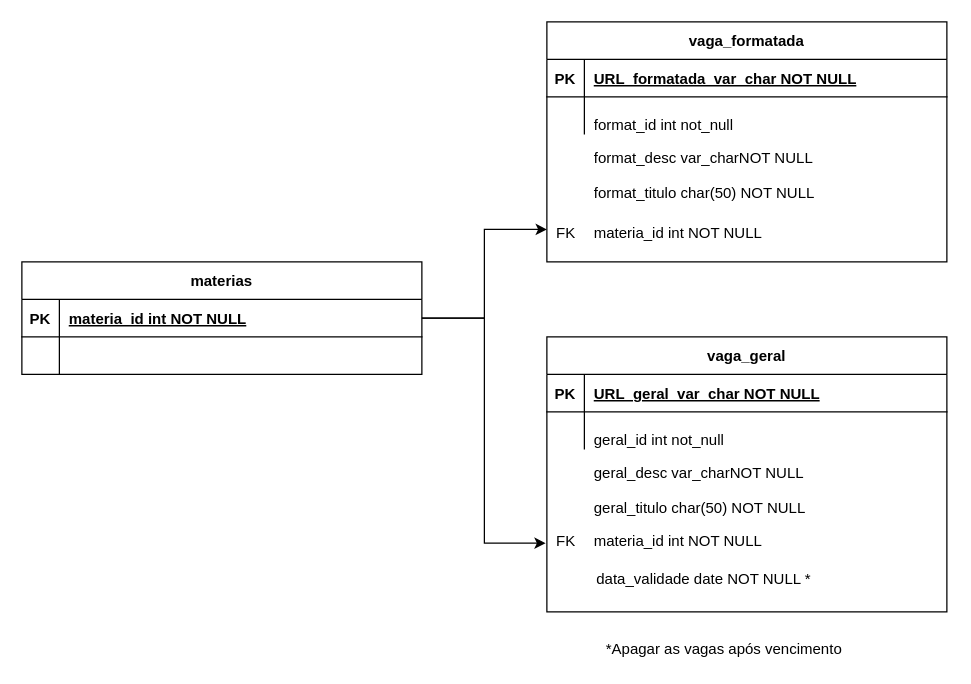
This is page "MER" (1 of 3) of diagram/MER.drawio from YuriQueriquelli/fatec_tg, a draw.io file, before an edit. Source tidied: cells renumbered, new cells numbered last; positions are measured from the earlier drawing's top-left corner, leaving out a move shared by most shapes. Both pictures are drawn from the tidied source at 125%, with x=0, y=0 at pixel (21, 21).
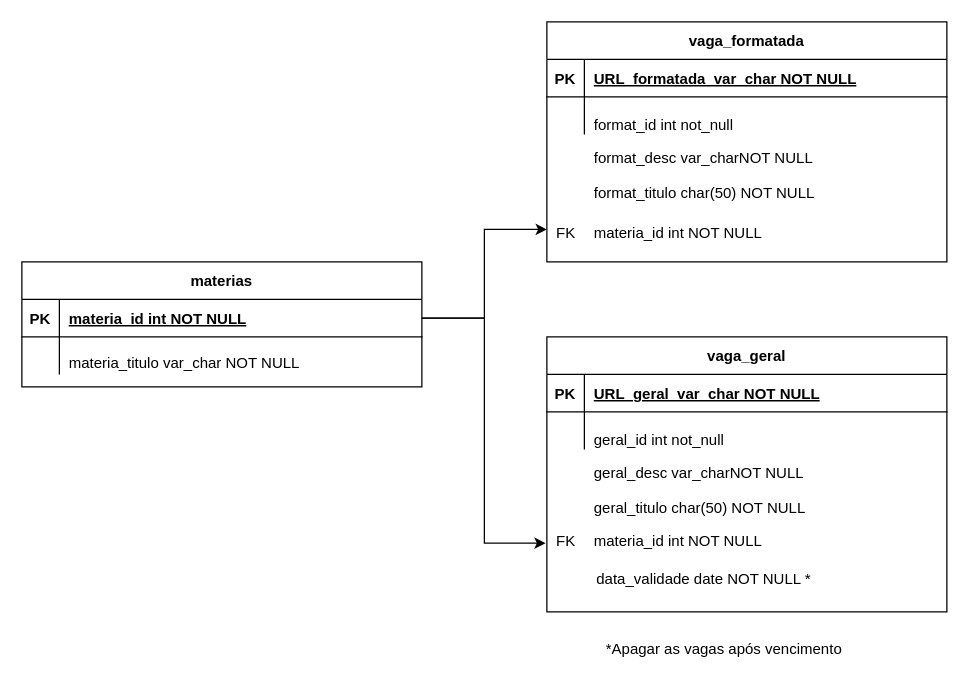
After the change.

Diff of the diagram source:
```diff
@@
     <mxCell id="22" value="materias" style="shape=table;startSize=30;childLayout=tableLayout;rowLines=0;fontStyle=1;align=center;" parent="1" vertex="1">
-      <mxGeometry y="192" width="320" height="90" as="geometry" />
+      <mxGeometry y="192" width="320" height="100" as="geometry" />
     </mxCell>
@@
+    <mxCell id="37" value="materia_titulo var_char NOT NULL" style="shape=partialRectangle;overflow=hidden;fillColor=none;top=0;left=0;bottom=0;right=0;align=left;spacingLeft=6;" parent="1" vertex="1">
+      <mxGeometry x="30" y="257" width="290" height="30" as="geometry" />
+    </mxCell>
```
